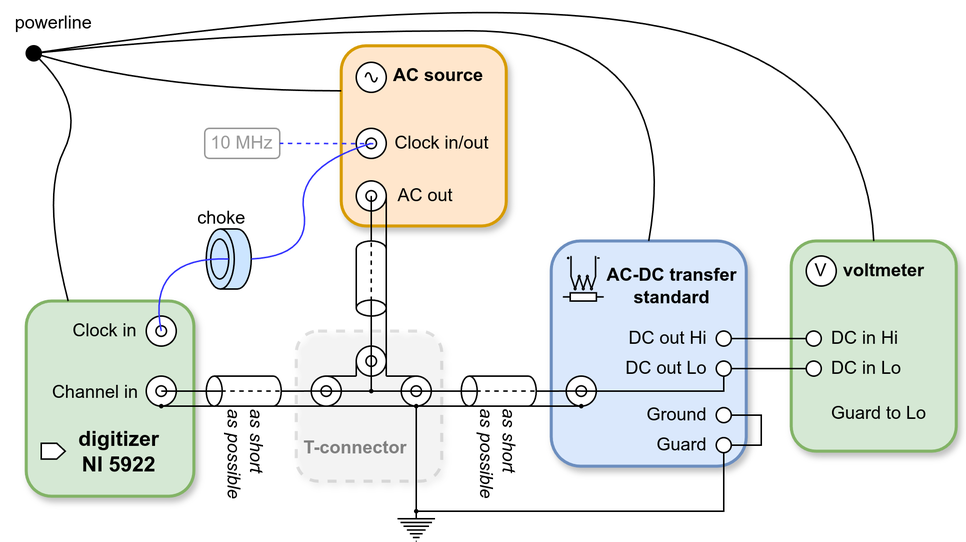
Earlier version of the draw.io export control_software/Filter function meter/resources/connection_schematic.drawio.png (KaeroDot/WACsw). Source tidied: cells renumbered, new cells last; positions are measured from the earlier drawing's top-left corner, leaving out a move shared by most shapes.
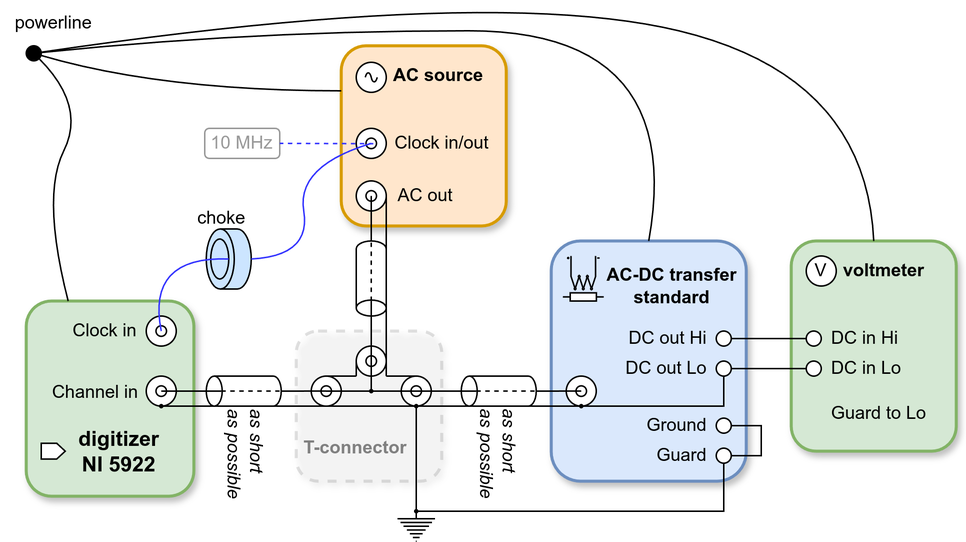
Above is the later version.

Commit message:
fix: FFmeter: connection schematic

What changed in the source:
```diff
@@ -18,7 +18,7 @@
       <mxGeometry x="3" y="6.7" width="12" height="26.7" as="geometry" />
     </mxCell>
     <mxCell id="7" value="&lt;div style=&quot;&quot;&gt;&lt;br&gt;&lt;/div&gt;" style="rounded=1;whiteSpace=wrap;html=1;align=center;strokeWidth=2;fillColor=#dae8fc;glass=0;shadow=1;strokeColor=#6c8ebf;" parent="1" vertex="1">
-      <mxGeometry x="367" y="170" width="130" height="150" as="geometry" />
+      <mxGeometry x="367" y="170" width="130" height="160" as="geometry" />
     </mxCell>
     <mxCell id="8" style="rounded=1;whiteSpace=wrap;html=1;strokeWidth=2;fillColor=#d5e8d4;shadow=1;strokeColor=#82b366;" parent="1" vertex="1">
       <mxGeometry x="17" y="210" width="111.8" height="130" as="geometry" />
@@ -53,16 +53,16 @@
       <mxGeometry x="13" y="256" width="80" height="30" as="geometry" />
     </mxCell>
     <mxCell id="17" style="verticalLabelPosition=bottom;shadow=0;dashed=0;align=center;html=1;verticalAlign=top;strokeWidth=1;shape=ellipse;" parent="1" vertex="1">
-      <mxGeometry x="477" y="281" width="10" height="10" as="geometry" />
+      <mxGeometry x="477" y="288" width="10" height="10" as="geometry" />
     </mxCell>
     <mxCell id="18" style="verticalLabelPosition=bottom;shadow=0;dashed=0;align=center;html=1;verticalAlign=top;strokeWidth=1;shape=ellipse;" parent="1" vertex="1">
-      <mxGeometry x="477" y="301" width="10" height="10" as="geometry" />
+      <mxGeometry x="477" y="308" width="10" height="10" as="geometry" />
     </mxCell>
     <mxCell id="19" value="Ground" style="text;html=1;align=right;verticalAlign=middle;strokeColor=none;fillColor=none;" parent="1" vertex="1">
-      <mxGeometry x="412" y="271" width="60" height="30" as="geometry" />
+      <mxGeometry x="412" y="278" width="60" height="30" as="geometry" />
     </mxCell>
     <mxCell id="20" value="&lt;div style=&quot;&quot;&gt;&lt;span style=&quot;background-color: initial;&quot;&gt;Guard&lt;/span&gt;&lt;/div&gt;" style="text;html=1;align=right;verticalAlign=middle;strokeColor=none;fillColor=none;" parent="1" vertex="1">
-      <mxGeometry x="412" y="291" width="60" height="30" as="geometry" />
+      <mxGeometry x="412" y="298" width="60" height="30" as="geometry" />
     </mxCell>
     <mxCell id="21" value="&lt;h4 style=&quot;text-align: center;&quot;&gt;&lt;span style=&quot;background-color: initial;&quot;&gt;AC-DC transfer&lt;br&gt;&lt;/span&gt;&lt;span style=&quot;background-color: initial;&quot;&gt;standard&lt;/span&gt;&lt;/h4&gt;" style="text;html=1;align=right;verticalAlign=middle;strokeColor=none;fillColor=none;" parent="1" vertex="1">
       <mxGeometry x="382" y="165" width="110" height="70" as="geometry" />
@@ -97,8 +97,8 @@
     <mxCell id="31" style="endArrow=none;html=1;rounded=0;exitX=1;exitY=0.5;exitDx=0;exitDy=0;entryX=1;entryY=0.5;entryDx=0;entryDy=0;" parent="1" edge="1" source="17" target="18">
       <mxGeometry relative="1" as="geometry">
         <Array as="points">
-          <mxPoint x="507" y="286" />
-          <mxPoint x="507" y="306" />
+          <mxPoint x="507" y="293" />
+          <mxPoint x="507" y="313" />
         </Array>
       </mxGeometry>
     </mxCell>
@@ -365,11 +365,10 @@
     <mxCell id="101" style="ellipse;whiteSpace=wrap;html=1;fillColor=#000000;" parent="1" vertex="1">
       <mxGeometry x="246" y="269" width="2" height="2" as="geometry" />
     </mxCell>
-    <mxCell id="102" style="endArrow=none;html=1;rounded=0;entryX=0.5;entryY=1;entryDx=0;entryDy=0;" parent="1" edge="1" target="15">
+    <mxCell id="102" style="endArrow=none;html=1;rounded=0;entryX=0.5;entryY=1;entryDx=0;entryDy=0;exitX=1;exitY=0.5;exitDx=0;exitDy=0;" parent="1" edge="1" source="60" target="15">
       <mxGeometry relative="1" as="geometry">
-        <mxPoint x="387" y="270" as="sourcePoint" />
         <Array as="points">
-          <mxPoint x="482" y="270" />
+          <mxPoint x="482" y="280" />
         </Array>
       </mxGeometry>
     </mxCell>
```
